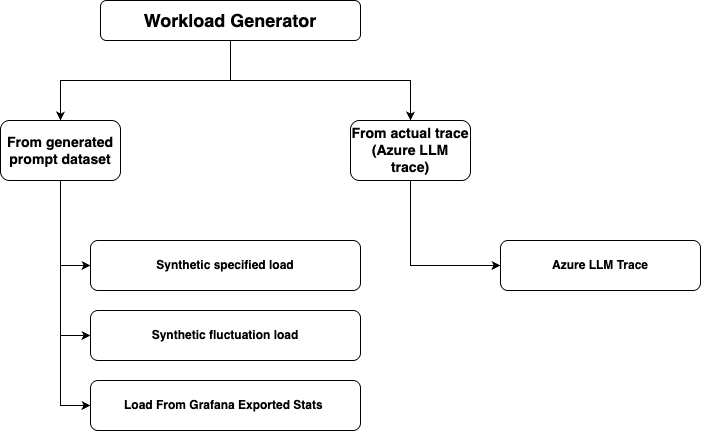
Above: benchmarks/image/aibrix-benchmark-workload.png in Yaegaki1Erika/aibrix (draw.io), before the change. Source tidied: cells renumbered, new cells last; positions are measured from the earlier drawing's top-left corner, leaving out a move shared by most shapes. Its diagram source:
```xml
<mxGraphModel>
  <root>
    <mxCell id="0" />
    <mxCell id="1" parent="0" />
    <mxCell id="2" style="edgeStyle=orthogonalEdgeStyle;rounded=0;jettySize=auto;html=1;" parent="1" edge="1" source="4" target="7">
      <mxGeometry relative="1" as="geometry" />
    </mxCell>
    <mxCell id="3" style="edgeStyle=orthogonalEdgeStyle;rounded=0;jettySize=auto;html=1;entryX=0.5;entryY=0;entryDx=0;entryDy=0;exitX=0.5;exitY=1;exitDx=0;exitDy=0;" parent="1" edge="1" source="4" target="9">
      <mxGeometry relative="1" as="geometry">
        <Array as="points">
          <mxPoint x="230" y="80" />
          <mxPoint x="410" y="80" />
        </Array>
      </mxGeometry>
    </mxCell>
    <mxCell id="4" value="&lt;font style=&quot;font-size: 18px;&quot;&gt;&lt;b style=&quot;&quot;&gt;Workload Generator&lt;/b&gt;&lt;/font&gt;" style="rounded=1;whiteSpace=wrap;html=1;" parent="1" vertex="1">
      <mxGeometry x="100" width="260" height="40" as="geometry" />
    </mxCell>
    <mxCell id="5" style="edgeStyle=orthogonalEdgeStyle;rounded=0;jettySize=auto;html=1;exitX=0.5;exitY=1;exitDx=0;exitDy=0;entryX=0;entryY=0.5;entryDx=0;entryDy=0;" parent="1" edge="1" source="7" target="10">
      <mxGeometry relative="1" as="geometry" />
    </mxCell>
    <mxCell id="6" style="edgeStyle=orthogonalEdgeStyle;rounded=0;jettySize=auto;html=1;exitX=0.5;exitY=1;exitDx=0;exitDy=0;entryX=0;entryY=0.5;entryDx=0;entryDy=0;" parent="1" edge="1" source="7" target="11">
      <mxGeometry relative="1" as="geometry" />
    </mxCell>
    <mxCell id="7" value="&lt;div&gt;&lt;h3 class=&quot;heading-3 ace-line old-record-id-Gz5Idy0nqokY5kxPpJWu75fQsLc&quot;&gt;From generated prompt dataset&lt;/h3&gt;&lt;/div&gt;&lt;span class=&quot;lark-record-clipboard&quot; data-lark-record-data=&quot;{&amp;quot;rootId&amp;quot;:&amp;quot;TkQedGH8coZUXbxcITtuWZLqslf&amp;quot;,&amp;quot;text&amp;quot;:{&amp;quot;initialAttributedTexts&amp;quot;:{&amp;quot;text&amp;quot;:{&amp;quot;0&amp;quot;:&amp;quot;From generated prompt dataset&amp;quot;},&amp;quot;attribs&amp;quot;:{&amp;quot;0&amp;quot;:&amp;quot;*0+t&amp;quot;}},&amp;quot;apool&amp;quot;:{&amp;quot;numToAttrib&amp;quot;:{&amp;quot;0&amp;quot;:[&amp;quot;author&amp;quot;,&amp;quot;7355518274441854981&amp;quot;]},&amp;quot;nextNum&amp;quot;:1}},&amp;quot;type&amp;quot;:&amp;quot;heading3&amp;quot;,&amp;quot;referenceRecordMap&amp;quot;:{},&amp;quot;extra&amp;quot;:{&amp;quot;channel&amp;quot;:&amp;quot;saas&amp;quot;,&amp;quot;isEqualBlockSelection&amp;quot;:true,&amp;quot;pasteRandomId&amp;quot;:&amp;quot;2ef16a03-93cf-4272-88b8-6378e521117e&amp;quot;,&amp;quot;mention_page_title&amp;quot;:{},&amp;quot;external_mention_url&amp;quot;:{}},&amp;quot;isKeepQuoteContainer&amp;quot;:false,&amp;quot;isFromCode&amp;quot;:false,&amp;quot;selection&amp;quot;:[{&amp;quot;id&amp;quot;:158,&amp;quot;type&amp;quot;:&amp;quot;text&amp;quot;,&amp;quot;selection&amp;quot;:{&amp;quot;start&amp;quot;:0,&amp;quot;end&amp;quot;:29},&amp;quot;recordId&amp;quot;:&amp;quot;Gz5Idy0nqokY5kxPpJWu75fQsLc&amp;quot;}],&amp;quot;payloadMap&amp;quot;:{},&amp;quot;isCut&amp;quot;:false}&quot;&gt;&lt;/span&gt;" style="whiteSpace=wrap;html=1;rounded=1;" parent="1" vertex="1">
      <mxGeometry y="120" width="120" height="60" as="geometry" />
    </mxCell>
    <mxCell id="8" style="edgeStyle=orthogonalEdgeStyle;rounded=0;jettySize=auto;html=1;exitX=0.5;exitY=1;exitDx=0;exitDy=0;entryX=0;entryY=0.5;entryDx=0;entryDy=0;" parent="1" edge="1" source="9" target="12">
      <mxGeometry relative="1" as="geometry" />
    </mxCell>
    <mxCell id="9" value="&lt;div&gt;&lt;h3 class=&quot;heading-3 ace-line old-record-id-AjXndyFI0o1B3DxOY00uAnFXsRv&quot;&gt;&lt;font&gt;From actual trace (Azure LLM trace)&lt;/font&gt;&lt;/h3&gt;&lt;/div&gt;&lt;span class=&quot;lark-record-clipboard&quot; data-lark-record-data=&quot;{&amp;quot;rootId&amp;quot;:&amp;quot;TkQedGH8coZUXbxcITtuWZLqslf&amp;quot;,&amp;quot;text&amp;quot;:{&amp;quot;initialAttributedTexts&amp;quot;:{&amp;quot;text&amp;quot;:{&amp;quot;0&amp;quot;:&amp;quot;From actual trace (Azure LLM trace)&amp;quot;},&amp;quot;attribs&amp;quot;:{&amp;quot;0&amp;quot;:&amp;quot;*0+z&amp;quot;}},&amp;quot;apool&amp;quot;:{&amp;quot;numToAttrib&amp;quot;:{&amp;quot;0&amp;quot;:[&amp;quot;author&amp;quot;,&amp;quot;7355518274441854981&amp;quot;]},&amp;quot;nextNum&amp;quot;:1}},&amp;quot;type&amp;quot;:&amp;quot;heading3&amp;quot;,&amp;quot;referenceRecordMap&amp;quot;:{},&amp;quot;extra&amp;quot;:{&amp;quot;channel&amp;quot;:&amp;quot;saas&amp;quot;,&amp;quot;isEqualBlockSelection&amp;quot;:true,&amp;quot;pasteRandomId&amp;quot;:&amp;quot;b19bbec0-29e7-4946-80e4-209b38e552a3&amp;quot;,&amp;quot;mention_page_title&amp;quot;:{},&amp;quot;external_mention_url&amp;quot;:{}},&amp;quot;isKeepQuoteContainer&amp;quot;:false,&amp;quot;isFromCode&amp;quot;:false,&amp;quot;selection&amp;quot;:[{&amp;quot;id&amp;quot;:165,&amp;quot;type&amp;quot;:&amp;quot;text&amp;quot;,&amp;quot;selection&amp;quot;:{&amp;quot;start&amp;quot;:0,&amp;quot;end&amp;quot;:35},&amp;quot;recordId&amp;quot;:&amp;quot;AjXndyFI0o1B3DxOY00uAnFXsRv&amp;quot;}],&amp;quot;payloadMap&amp;quot;:{},&amp;quot;isCut&amp;quot;:false}&quot;&gt;&lt;/span&gt;" style="whiteSpace=wrap;html=1;rounded=1;" parent="1" vertex="1">
      <mxGeometry x="350" y="120" width="120" height="60" as="geometry" />
    </mxCell>
    <mxCell id="10" value="&lt;div&gt;&lt;h4 class=&quot;heading-4 ace-line old-record-id-OQchdpJUJoMPMExd4TwuvAfKsVb&quot;&gt;Synthetic specified load&lt;/h4&gt;&lt;/div&gt;&lt;span class=&quot;lark-record-clipboard&quot; data-lark-record-data=&quot;{&amp;quot;rootId&amp;quot;:&amp;quot;TkQedGH8coZUXbxcITtuWZLqslf&amp;quot;,&amp;quot;text&amp;quot;:{&amp;quot;initialAttributedTexts&amp;quot;:{&amp;quot;text&amp;quot;:{&amp;quot;0&amp;quot;:&amp;quot;Synthetic specified load&amp;quot;},&amp;quot;attribs&amp;quot;:{&amp;quot;0&amp;quot;:&amp;quot;*0+o&amp;quot;}},&amp;quot;apool&amp;quot;:{&amp;quot;numToAttrib&amp;quot;:{&amp;quot;0&amp;quot;:[&amp;quot;author&amp;quot;,&amp;quot;7355518274441854981&amp;quot;]},&amp;quot;nextNum&amp;quot;:1}},&amp;quot;type&amp;quot;:&amp;quot;heading4&amp;quot;,&amp;quot;referenceRecordMap&amp;quot;:{},&amp;quot;extra&amp;quot;:{&amp;quot;channel&amp;quot;:&amp;quot;saas&amp;quot;,&amp;quot;isEqualBlockSelection&amp;quot;:true,&amp;quot;pasteRandomId&amp;quot;:&amp;quot;66dcfd70-e24c-4a5d-bfa6-77e7fd49f62b&amp;quot;,&amp;quot;mention_page_title&amp;quot;:{},&amp;quot;external_mention_url&amp;quot;:{}},&amp;quot;isKeepQuoteContainer&amp;quot;:false,&amp;quot;isFromCode&amp;quot;:false,&amp;quot;selection&amp;quot;:[{&amp;quot;id&amp;quot;:168,&amp;quot;type&amp;quot;:&amp;quot;text&amp;quot;,&amp;quot;selection&amp;quot;:{&amp;quot;start&amp;quot;:0,&amp;quot;end&amp;quot;:24},&amp;quot;recordId&amp;quot;:&amp;quot;OQchdpJUJoMPMExd4TwuvAfKsVb&amp;quot;}],&amp;quot;payloadMap&amp;quot;:{},&amp;quot;isCut&amp;quot;:false}&quot;&gt;&lt;/span&gt;" style="whiteSpace=wrap;html=1;rounded=1;" parent="1" vertex="1">
      <mxGeometry x="90" y="240" width="270" height="50" as="geometry" />
    </mxCell>
    <mxCell id="11" value="&lt;div&gt;&lt;h4 class=&quot;heading-4 ace-line old-record-id-AvOCduNb8oPCY0xP23quFa02sMh&quot;&gt;Synthetic fluctuation load&lt;/h4&gt;&lt;/div&gt;&lt;span class=&quot;lark-record-clipboard&quot; data-lark-record-data=&quot;{&amp;quot;rootId&amp;quot;:&amp;quot;TkQedGH8coZUXbxcITtuWZLqslf&amp;quot;,&amp;quot;text&amp;quot;:{&amp;quot;initialAttributedTexts&amp;quot;:{&amp;quot;text&amp;quot;:{&amp;quot;0&amp;quot;:&amp;quot;Synthetic fluctuation load&amp;quot;},&amp;quot;attribs&amp;quot;:{&amp;quot;0&amp;quot;:&amp;quot;*0+q&amp;quot;}},&amp;quot;apool&amp;quot;:{&amp;quot;numToAttrib&amp;quot;:{&amp;quot;0&amp;quot;:[&amp;quot;author&amp;quot;,&amp;quot;7355518274441854981&amp;quot;]},&amp;quot;nextNum&amp;quot;:1}},&amp;quot;type&amp;quot;:&amp;quot;heading4&amp;quot;,&amp;quot;referenceRecordMap&amp;quot;:{},&amp;quot;extra&amp;quot;:{&amp;quot;channel&amp;quot;:&amp;quot;saas&amp;quot;,&amp;quot;isEqualBlockSelection&amp;quot;:true,&amp;quot;pasteRandomId&amp;quot;:&amp;quot;42e0c4ea-0c0b-4367-9418-5f9a46390479&amp;quot;,&amp;quot;mention_page_title&amp;quot;:{},&amp;quot;external_mention_url&amp;quot;:{}},&amp;quot;isKeepQuoteContainer&amp;quot;:false,&amp;quot;isFromCode&amp;quot;:false,&amp;quot;selection&amp;quot;:[{&amp;quot;id&amp;quot;:166,&amp;quot;type&amp;quot;:&amp;quot;text&amp;quot;,&amp;quot;selection&amp;quot;:{&amp;quot;start&amp;quot;:0,&amp;quot;end&amp;quot;:26},&amp;quot;recordId&amp;quot;:&amp;quot;AvOCduNb8oPCY0xP23quFa02sMh&amp;quot;}],&amp;quot;payloadMap&amp;quot;:{},&amp;quot;isCut&amp;quot;:false}&quot;&gt;&lt;/span&gt;" style="whiteSpace=wrap;html=1;rounded=1;" parent="1" vertex="1">
      <mxGeometry x="90" y="310" width="270" height="50" as="geometry" />
    </mxCell>
    <mxCell id="12" value="&lt;b&gt;Azure LLM Trace&lt;/b&gt;" style="whiteSpace=wrap;html=1;rounded=1;" parent="1" vertex="1">
      <mxGeometry x="500" y="240" width="200" height="50" as="geometry" />
    </mxCell>
    <mxCell id="13" value="&lt;div&gt;&lt;h4 class=&quot;heading-4 ace-line old-record-id-Ym38dRoQLoo0gGxdlMeu9z3Zs9g&quot;&gt;Load From Grafana Exported Stats&amp;nbsp;&lt;/h4&gt;&lt;/div&gt;&lt;span class=&quot;lark-record-clipboard&quot; data-lark-record-data=&quot;{&amp;quot;rootId&amp;quot;:&amp;quot;TkQedGH8coZUXbxcITtuWZLqslf&amp;quot;,&amp;quot;text&amp;quot;:{&amp;quot;initialAttributedTexts&amp;quot;:{&amp;quot;text&amp;quot;:{&amp;quot;0&amp;quot;:&amp;quot;From Grafana Exported Stats (internal)&amp;quot;},&amp;quot;attribs&amp;quot;:{&amp;quot;0&amp;quot;:&amp;quot;*0+12&amp;quot;}},&amp;quot;apool&amp;quot;:{&amp;quot;numToAttrib&amp;quot;:{&amp;quot;0&amp;quot;:[&amp;quot;author&amp;quot;,&amp;quot;7355518274441854981&amp;quot;]},&amp;quot;nextNum&amp;quot;:1}},&amp;quot;type&amp;quot;:&amp;quot;heading4&amp;quot;,&amp;quot;referenceRecordMap&amp;quot;:{},&amp;quot;extra&amp;quot;:{&amp;quot;channel&amp;quot;:&amp;quot;saas&amp;quot;,&amp;quot;isEqualBlockSelection&amp;quot;:true,&amp;quot;pasteRandomId&amp;quot;:&amp;quot;e0645f11-af04-4f55-b1ea-4b5236977aec&amp;quot;,&amp;quot;mention_page_title&amp;quot;:{},&amp;quot;external_mention_url&amp;quot;:{}},&amp;quot;isKeepQuoteContainer&amp;quot;:false,&amp;quot;isFromCode&amp;quot;:false,&amp;quot;selection&amp;quot;:[{&amp;quot;id&amp;quot;:167,&amp;quot;type&amp;quot;:&amp;quot;text&amp;quot;,&amp;quot;selection&amp;quot;:{&amp;quot;start&amp;quot;:0,&amp;quot;end&amp;quot;:38},&amp;quot;recordId&amp;quot;:&amp;quot;Ym38dRoQLoo0gGxdlMeu9z3Zs9g&amp;quot;}],&amp;quot;payloadMap&amp;quot;:{},&amp;quot;isCut&amp;quot;:false}&quot;&gt;&lt;/span&gt;" style="whiteSpace=wrap;html=1;rounded=1;" parent="1" vertex="1">
      <mxGeometry x="90" y="380" width="270" height="50" as="geometry" />
    </mxCell>
    <mxCell id="14" style="edgeStyle=orthogonalEdgeStyle;rounded=0;jettySize=auto;html=1;exitX=0.5;exitY=1;exitDx=0;exitDy=0;entryX=0;entryY=0.5;entryDx=0;entryDy=0;" parent="1" edge="1" source="7" target="13">
      <mxGeometry relative="1" as="geometry">
        <Array as="points">
          <mxPoint x="60" y="405" />
        </Array>
      </mxGeometry>
    </mxCell>
  </root>
</mxGraphModel>
```
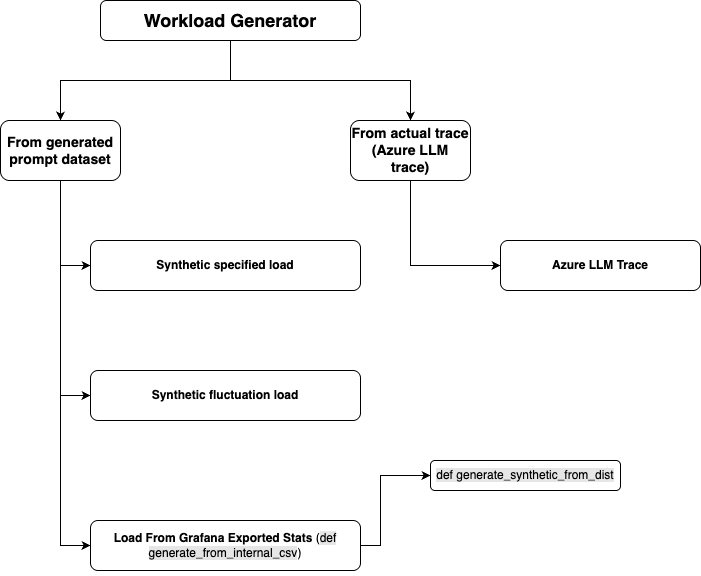
The same diagram one commit later.

The edit, as a diff of the source:
```diff
@@ -35,20 +35,31 @@
       <mxGeometry x="90" y="240" width="270" height="50" as="geometry" />
     </mxCell>
     <mxCell id="11" value="&lt;div&gt;&lt;h4 class=&quot;heading-4 ace-line old-record-id-AvOCduNb8oPCY0xP23quFa02sMh&quot;&gt;Synthetic fluctuation load&lt;/h4&gt;&lt;/div&gt;&lt;span class=&quot;lark-record-clipboard&quot; data-lark-record-data=&quot;{&amp;quot;rootId&amp;quot;:&amp;quot;TkQedGH8coZUXbxcITtuWZLqslf&amp;quot;,&amp;quot;text&amp;quot;:{&amp;quot;initialAttributedTexts&amp;quot;:{&amp;quot;text&amp;quot;:{&amp;quot;0&amp;quot;:&amp;quot;Synthetic fluctuation load&amp;quot;},&amp;quot;attribs&amp;quot;:{&amp;quot;0&amp;quot;:&amp;quot;*0+q&amp;quot;}},&amp;quot;apool&amp;quot;:{&amp;quot;numToAttrib&amp;quot;:{&amp;quot;0&amp;quot;:[&amp;quot;author&amp;quot;,&amp;quot;7355518274441854981&amp;quot;]},&amp;quot;nextNum&amp;quot;:1}},&amp;quot;type&amp;quot;:&amp;quot;heading4&amp;quot;,&amp;quot;referenceRecordMap&amp;quot;:{},&amp;quot;extra&amp;quot;:{&amp;quot;channel&amp;quot;:&amp;quot;saas&amp;quot;,&amp;quot;isEqualBlockSelection&amp;quot;:true,&amp;quot;pasteRandomId&amp;quot;:&amp;quot;42e0c4ea-0c0b-4367-9418-5f9a46390479&amp;quot;,&amp;quot;mention_page_title&amp;quot;:{},&amp;quot;external_mention_url&amp;quot;:{}},&amp;quot;isKeepQuoteContainer&amp;quot;:false,&amp;quot;isFromCode&amp;quot;:false,&amp;quot;selection&amp;quot;:[{&amp;quot;id&amp;quot;:166,&amp;quot;type&amp;quot;:&amp;quot;text&amp;quot;,&amp;quot;selection&amp;quot;:{&amp;quot;start&amp;quot;:0,&amp;quot;end&amp;quot;:26},&amp;quot;recordId&amp;quot;:&amp;quot;AvOCduNb8oPCY0xP23quFa02sMh&amp;quot;}],&amp;quot;payloadMap&amp;quot;:{},&amp;quot;isCut&amp;quot;:false}&quot;&gt;&lt;/span&gt;" style="whiteSpace=wrap;html=1;rounded=1;" parent="1" vertex="1">
-      <mxGeometry x="90" y="310" width="270" height="50" as="geometry" />
+      <mxGeometry x="90" y="370" width="270" height="50" as="geometry" />
     </mxCell>
     <mxCell id="12" value="&lt;b&gt;Azure LLM Trace&lt;/b&gt;" style="whiteSpace=wrap;html=1;rounded=1;" parent="1" vertex="1">
       <mxGeometry x="500" y="240" width="200" height="50" as="geometry" />
     </mxCell>
-    <mxCell id="13" value="&lt;div&gt;&lt;h4 class=&quot;heading-4 ace-line old-record-id-Ym38dRoQLoo0gGxdlMeu9z3Zs9g&quot;&gt;Load From Grafana Exported Stats&amp;nbsp;&lt;/h4&gt;&lt;/div&gt;&lt;span class=&quot;lark-record-clipboard&quot; data-lark-record-data=&quot;{&amp;quot;rootId&amp;quot;:&amp;quot;TkQedGH8coZUXbxcITtuWZLqslf&amp;quot;,&amp;quot;text&amp;quot;:{&amp;quot;initialAttributedTexts&amp;quot;:{&amp;quot;text&amp;quot;:{&amp;quot;0&amp;quot;:&amp;quot;From Grafana Exported Stats (internal)&amp;quot;},&amp;quot;attribs&amp;quot;:{&amp;quot;0&amp;quot;:&amp;quot;*0+12&amp;quot;}},&amp;quot;apool&amp;quot;:{&amp;quot;numToAttrib&amp;quot;:{&amp;quot;0&amp;quot;:[&amp;quot;author&amp;quot;,&amp;quot;7355518274441854981&amp;quot;]},&amp;quot;nextNum&amp;quot;:1}},&amp;quot;type&amp;quot;:&amp;quot;heading4&amp;quot;,&amp;quot;referenceRecordMap&amp;quot;:{},&amp;quot;extra&amp;quot;:{&amp;quot;channel&amp;quot;:&amp;quot;saas&amp;quot;,&amp;quot;isEqualBlockSelection&amp;quot;:true,&amp;quot;pasteRandomId&amp;quot;:&amp;quot;e0645f11-af04-4f55-b1ea-4b5236977aec&amp;quot;,&amp;quot;mention_page_title&amp;quot;:{},&amp;quot;external_mention_url&amp;quot;:{}},&amp;quot;isKeepQuoteContainer&amp;quot;:false,&amp;quot;isFromCode&amp;quot;:false,&amp;quot;selection&amp;quot;:[{&amp;quot;id&amp;quot;:167,&amp;quot;type&amp;quot;:&amp;quot;text&amp;quot;,&amp;quot;selection&amp;quot;:{&amp;quot;start&amp;quot;:0,&amp;quot;end&amp;quot;:38},&amp;quot;recordId&amp;quot;:&amp;quot;Ym38dRoQLoo0gGxdlMeu9z3Zs9g&amp;quot;}],&amp;quot;payloadMap&amp;quot;:{},&amp;quot;isCut&amp;quot;:false}&quot;&gt;&lt;/span&gt;" style="whiteSpace=wrap;html=1;rounded=1;" parent="1" vertex="1">
-      <mxGeometry x="90" y="380" width="270" height="50" as="geometry" />
+    <mxCell id="13" value="&lt;div&gt;&lt;h4 class=&quot;heading-4 ace-line old-record-id-Ym38dRoQLoo0gGxdlMeu9z3Zs9g&quot;&gt;Load From Grafana Exported Stats &lt;span style=&quot;font-weight: normal;&quot;&gt;(&lt;span style=&quot;background-color: rgb(230, 230, 230);&quot;&gt;def generate_from_internal_csv&lt;/span&gt;)&lt;/span&gt;&lt;/h4&gt;&lt;/div&gt;&lt;span class=&quot;lark-record-clipboard&quot; data-lark-record-data=&quot;{&amp;quot;rootId&amp;quot;:&amp;quot;TkQedGH8coZUXbxcITtuWZLqslf&amp;quot;,&amp;quot;text&amp;quot;:{&amp;quot;initialAttributedTexts&amp;quot;:{&amp;quot;text&amp;quot;:{&amp;quot;0&amp;quot;:&amp;quot;From Grafana Exported Stats (internal)&amp;quot;},&amp;quot;attribs&amp;quot;:{&amp;quot;0&amp;quot;:&amp;quot;*0+12&amp;quot;}},&amp;quot;apool&amp;quot;:{&amp;quot;numToAttrib&amp;quot;:{&amp;quot;0&amp;quot;:[&amp;quot;author&amp;quot;,&amp;quot;7355518274441854981&amp;quot;]},&amp;quot;nextNum&amp;quot;:1}},&amp;quot;type&amp;quot;:&amp;quot;heading4&amp;quot;,&amp;quot;referenceRecordMap&amp;quot;:{},&amp;quot;extra&amp;quot;:{&amp;quot;channel&amp;quot;:&amp;quot;saas&amp;quot;,&amp;quot;isEqualBlockSelection&amp;quot;:true,&amp;quot;pasteRandomId&amp;quot;:&amp;quot;e0645f11-af04-4f55-b1ea-4b5236977aec&amp;quot;,&amp;quot;mention_page_title&amp;quot;:{},&amp;quot;external_mention_url&amp;quot;:{}},&amp;quot;isKeepQuoteContainer&amp;quot;:false,&amp;quot;isFromCode&amp;quot;:false,&amp;quot;selection&amp;quot;:[{&amp;quot;id&amp;quot;:167,&amp;quot;type&amp;quot;:&amp;quot;text&amp;quot;,&amp;quot;selection&amp;quot;:{&amp;quot;start&amp;quot;:0,&amp;quot;end&amp;quot;:38},&amp;quot;recordId&amp;quot;:&amp;quot;Ym38dRoQLoo0gGxdlMeu9z3Zs9g&amp;quot;}],&amp;quot;payloadMap&amp;quot;:{},&amp;quot;isCut&amp;quot;:false}&quot;&gt;&lt;/span&gt;" style="whiteSpace=wrap;html=1;rounded=1;" parent="1" vertex="1">
+      <mxGeometry x="90" y="520" width="270" height="50" as="geometry" />
     </mxCell>
     <mxCell id="14" style="edgeStyle=orthogonalEdgeStyle;rounded=0;jettySize=auto;html=1;exitX=0.5;exitY=1;exitDx=0;exitDy=0;entryX=0;entryY=0.5;entryDx=0;entryDy=0;" parent="1" edge="1" source="7" target="13">
       <mxGeometry relative="1" as="geometry">
         <Array as="points">
-          <mxPoint x="60" y="405" />
+          <mxPoint x="60" y="545" />
         </Array>
       </mxGeometry>
     </mxCell>
+    <mxCell id="15" value="&lt;div&gt;&lt;h4 class=&quot;heading-4 ace-line old-record-id-Ym38dRoQLoo0gGxdlMeu9z3Zs9g&quot;&gt;&lt;span style=&quot;font-weight: normal; background-color: rgb(230, 230, 230);&quot;&gt;def&amp;nbsp;generate_synthetic_from_dist&lt;/span&gt;&lt;/h4&gt;&lt;/div&gt;&lt;span class=&quot;lark-record-clipboard&quot; data-lark-record-data=&quot;{&amp;quot;rootId&amp;quot;:&amp;quot;TkQedGH8coZUXbxcITtuWZLqslf&amp;quot;,&amp;quot;text&amp;quot;:{&amp;quot;initialAttributedTexts&amp;quot;:{&amp;quot;text&amp;quot;:{&amp;quot;0&amp;quot;:&amp;quot;From Grafana Exported Stats (internal)&amp;quot;},&amp;quot;attribs&amp;quot;:{&amp;quot;0&amp;quot;:&amp;quot;*0+12&amp;quot;}},&amp;quot;apool&amp;quot;:{&amp;quot;numToAttrib&amp;quot;:{&amp;quot;0&amp;quot;:[&amp;quot;author&amp;quot;,&amp;quot;7355518274441854981&amp;quot;]},&amp;quot;nextNum&amp;quot;:1}},&amp;quot;type&amp;quot;:&amp;quot;heading4&amp;quot;,&amp;quot;referenceRecordMap&amp;quot;:{},&amp;quot;extra&amp;quot;:{&amp;quot;channel&amp;quot;:&amp;quot;saas&amp;quot;,&amp;quot;isEqualBlockSelection&amp;quot;:true,&amp;quot;pasteRandomId&amp;quot;:&amp;quot;e0645f11-af04-4f55-b1ea-4b5236977aec&amp;quot;,&amp;quot;mention_page_title&amp;quot;:{},&amp;quot;external_mention_url&amp;quot;:{}},&amp;quot;isKeepQuoteContainer&amp;quot;:false,&amp;quot;isFromCode&amp;quot;:false,&amp;quot;selection&amp;quot;:[{&amp;quot;id&amp;quot;:167,&amp;quot;type&amp;quot;:&amp;quot;text&amp;quot;,&amp;quot;selection&amp;quot;:{&amp;quot;start&amp;quot;:0,&amp;quot;end&amp;quot;:38},&amp;quot;recordId&amp;quot;:&amp;quot;Ym38dRoQLoo0gGxdlMeu9z3Zs9g&amp;quot;}],&amp;quot;payloadMap&amp;quot;:{},&amp;quot;isCut&amp;quot;:false}&quot;&gt;&lt;/span&gt;" style="whiteSpace=wrap;html=1;rounded=1;" parent="1" vertex="1">
+      <mxGeometry x="430" y="460" width="190" height="30" as="geometry" />
+    </mxCell>
+    <mxCell id="16" style="edgeStyle=orthogonalEdgeStyle;rounded=0;jettySize=auto;html=1;exitX=1;exitY=0.5;exitDx=0;exitDy=0;entryX=0;entryY=0.5;entryDx=0;entryDy=0;" parent="1" edge="1" source="13" target="15">
+      <mxGeometry relative="1" as="geometry">
+        <Array as="points">
+          <mxPoint x="380" y="545" />
+          <mxPoint x="380" y="475" />
+        </Array>
+      </mxGeometry>
+    </mxCell>
   </root>
 </mxGraphModel>
```
